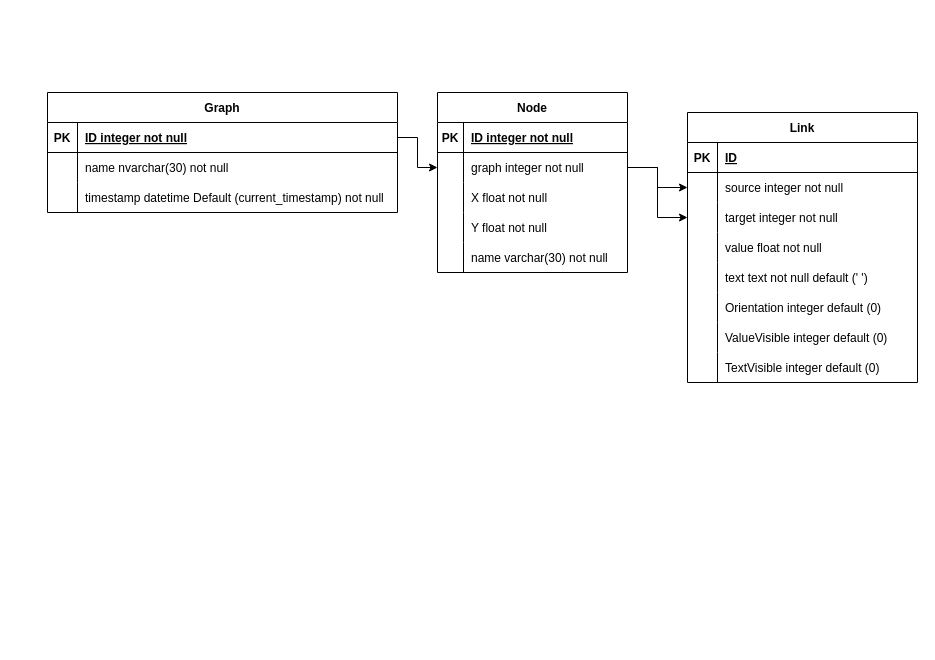
Before: page "Диаграмма базы данных в работе №3" (1 of 4) of Диаграммы/Диаграммы и Макеты.drawio in AntonSidorov1/Lab3-Lab4-GraphBuilder-sidorov493, a draw.io diagram. Source tidied: cells renumbered, new cells numbered last; positions are measured from the earlier drawing's top-left corner, leaving out a move shared by most shapes. Both pictures are drawn from the tidied source at 100%, with x=0, y=0 at pixel (47, 92).
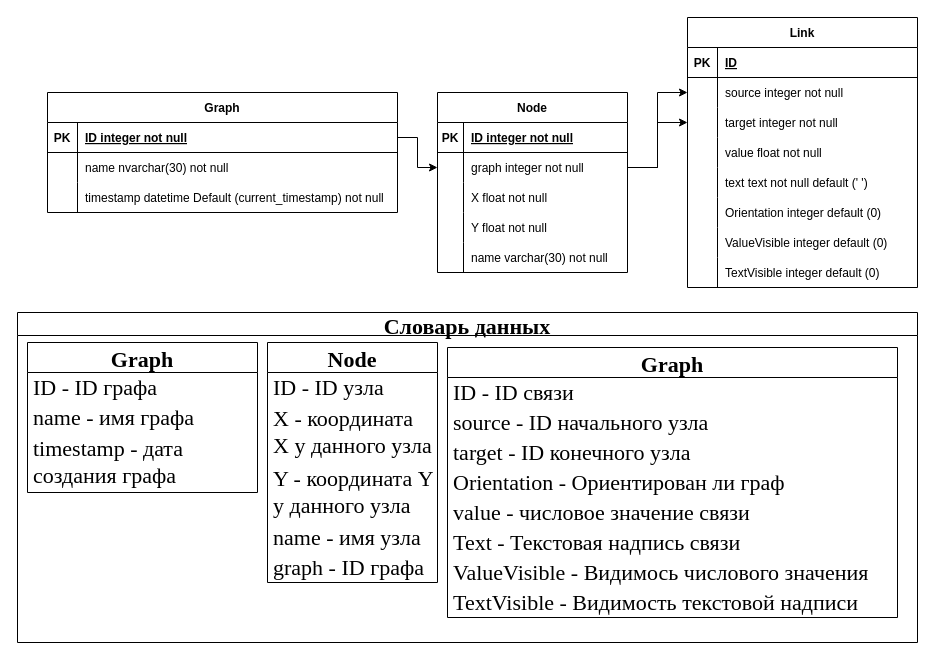
Above is the later version.

Diff of the diagram source:
```diff
@@
     <mxCell id="29" value="Link" style="shape=table;startSize=30;childLayout=tableLayout;rowLines=0;fontStyle=1;align=center;" parent="1" vertex="1">
-      <mxGeometry x="640" y="20" width="230" height="270" as="geometry" />
+      <mxGeometry x="640" y="-75" width="230" height="270" as="geometry" />
     </mxCell>
@@
+    <mxCell id="56" value="Словарь данных" style="swimlane;fontSize=22;fontFamily=Times New Roman;" parent="1" vertex="1">
+      <mxGeometry x="-30" y="220" width="900" height="330" as="geometry" />
+    </mxCell>
+    <mxCell id="57" value="Graph" style="swimlane;fontStyle=1;horizontal=1;startSize=30;fontSize=22;fontFamily=Times New Roman;" parent="56" vertex="1">
+      <mxGeometry x="10" y="30" width="230" height="150" as="geometry" />
+    </mxCell>
+    <mxCell id="58" value="ID - ID графа" style="text;strokeColor=none;fillColor=none;align=left;verticalAlign=middle;spacingLeft=4;spacingRight=4;overflow=hidden;fontSize=22;fontFamily=Times New Roman;whiteSpace=wrap;" parent="57" vertex="1">
+      <mxGeometry y="30" width="230" height="30" as="geometry" />
+    </mxCell>
+    <mxCell id="59" value="name - имя графа" style="text;strokeColor=none;fillColor=none;align=left;verticalAlign=middle;spacingLeft=4;spacingRight=4;overflow=hidden;fontSize=22;fontFamily=Times New Roman;whiteSpace=wrap;" parent="57" vertex="1">
+      <mxGeometry y="60" width="230" height="30" as="geometry" />
+    </mxCell>
+    <mxCell id="60" value="timestamp - дата создания графа" style="text;strokeColor=none;fillColor=none;align=left;verticalAlign=middle;spacingLeft=4;spacingRight=4;overflow=hidden;fontSize=22;fontFamily=Times New Roman;whiteSpace=wrap;" parent="57" vertex="1">
+      <mxGeometry y="90" width="230" height="60" as="geometry" />
+    </mxCell>
+    <mxCell id="61" value="Graph" style="swimlane;fontStyle=1;horizontal=1;startSize=30;fontSize=22;fontFamily=Times New Roman;" parent="56" vertex="1">
+      <mxGeometry x="430" y="35" width="450" height="270" as="geometry" />
+    </mxCell>
+    <mxCell id="62" value="ID - ID связи" style="text;strokeColor=none;fillColor=none;align=left;verticalAlign=middle;spacingLeft=4;spacingRight=4;overflow=hidden;fontSize=22;fontFamily=Times New Roman;whiteSpace=wrap;" parent="61" vertex="1">
+      <mxGeometry y="30" width="450" height="30" as="geometry" />
+    </mxCell>
+    <mxCell id="63" value="source - ID начального узла" style="text;strokeColor=none;fillColor=none;align=left;verticalAlign=middle;spacingLeft=4;spacingRight=4;overflow=hidden;fontSize=22;fontFamily=Times New Roman;whiteSpace=wrap;" parent="61" vertex="1">
+      <mxGeometry y="60" width="450" height="30" as="geometry" />
+    </mxCell>
+    <mxCell id="64" value="target - ID конечного узла" style="text;strokeColor=none;fillColor=none;align=left;verticalAlign=middle;spacingLeft=4;spacingRight=4;overflow=hidden;fontSize=22;fontFamily=Times New Roman;whiteSpace=wrap;" parent="61" vertex="1">
+      <mxGeometry y="90" width="450" height="30" as="geometry" />
+    </mxCell>
+    <mxCell id="65" value="Orientation - Ориентирован ли граф" style="text;strokeColor=none;fillColor=none;align=left;verticalAlign=middle;spacingLeft=4;spacingRight=4;overflow=hidden;fontSize=22;fontFamily=Times New Roman;whiteSpace=wrap;" parent="61" vertex="1">
+      <mxGeometry y="120" width="450" height="30" as="geometry" />
+    </mxCell>
+    <mxCell id="66" value="value - числовое значение связи" style="text;strokeColor=none;fillColor=none;align=left;verticalAlign=middle;spacingLeft=4;spacingRight=4;overflow=hidden;fontSize=22;fontFamily=Times New Roman;whiteSpace=wrap;" parent="61" vertex="1">
+      <mxGeometry y="150" width="450" height="30" as="geometry" />
+    </mxCell>
+    <mxCell id="67" value="Text - Текстовая надпись связи" style="text;strokeColor=none;fillColor=none;align=left;verticalAlign=middle;spacingLeft=4;spacingRight=4;overflow=hidden;fontSize=22;fontFamily=Times New Roman;whiteSpace=wrap;" parent="61" vertex="1">
+      <mxGeometry y="180" width="450" height="30" as="geometry" />
+    </mxCell>
+    <mxCell id="68" value="ValueVisible - Видимось числового значения" style="text;strokeColor=none;fillColor=none;align=left;verticalAlign=middle;spacingLeft=4;spacingRight=4;overflow=hidden;fontSize=22;fontFamily=Times New Roman;whiteSpace=wrap;" parent="61" vertex="1">
+      <mxGeometry y="210" width="450" height="30" as="geometry" />
+    </mxCell>
+    <mxCell id="69" value="TextVisible - Видимость текстовой надписи" style="text;strokeColor=none;fillColor=none;align=left;verticalAlign=middle;spacingLeft=4;spacingRight=4;overflow=hidden;fontSize=22;fontFamily=Times New Roman;whiteSpace=wrap;" parent="61" vertex="1">
+      <mxGeometry y="240" width="450" height="30" as="geometry" />
+    </mxCell>
+    <mxCell id="70" value="Node" style="swimlane;fontStyle=1;horizontal=1;startSize=30;fontSize=22;fontFamily=Times New Roman;" parent="56" vertex="1">
+      <mxGeometry x="250" y="30" width="170" height="240" as="geometry" />
+    </mxCell>
+    <mxCell id="71" value="ID - ID узла" style="text;strokeColor=none;fillColor=none;align=left;verticalAlign=middle;spacingLeft=4;spacingRight=4;overflow=hidden;fontSize=22;fontFamily=Times New Roman;whiteSpace=wrap;" parent="70" vertex="1">
+      <mxGeometry y="30" width="170" height="30" as="geometry" />
+    </mxCell>
+    <mxCell id="72" value="X - координата X у данного узла" style="text;strokeColor=none;fillColor=none;align=left;verticalAlign=middle;spacingLeft=4;spacingRight=4;overflow=hidden;fontSize=22;fontFamily=Times New Roman;whiteSpace=wrap;" parent="70" vertex="1">
+      <mxGeometry y="60" width="170" height="60" as="geometry" />
+    </mxCell>
+    <mxCell id="73" value="Y - координата Y у данного узла" style="text;strokeColor=none;fillColor=none;align=left;verticalAlign=middle;spacingLeft=4;spacingRight=4;overflow=hidden;fontSize=22;fontFamily=Times New Roman;whiteSpace=wrap;" parent="70" vertex="1">
+      <mxGeometry y="120" width="170" height="60" as="geometry" />
+    </mxCell>
+    <mxCell id="74" value="name - имя узла" style="text;strokeColor=none;fillColor=none;align=left;verticalAlign=middle;spacingLeft=4;spacingRight=4;overflow=hidden;fontSize=22;fontFamily=Times New Roman;whiteSpace=wrap;" parent="70" vertex="1">
+      <mxGeometry y="180" width="170" height="30" as="geometry" />
+    </mxCell>
+    <mxCell id="75" value="graph - ID графа" style="text;strokeColor=none;fillColor=none;align=left;verticalAlign=middle;spacingLeft=4;spacingRight=4;overflow=hidden;fontSize=22;fontFamily=Times New Roman;whiteSpace=wrap;" parent="70" vertex="1">
+      <mxGeometry y="210" width="170" height="30" as="geometry" />
+    </mxCell>
```
